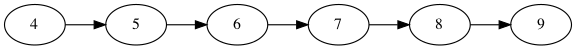
mickey-is-codin/data-structures keeps this Graphviz diagram as graphs-networks/c-networks/graphviz/list_graph.png. Above is the earlier version. Its source is kept beside it as graphs-networks/c-networks/graphviz/list_graph.dot. Source of this version:
```dot
digraph unix {
	size="6,6";
	rankdir="LR";

	4 -> 5
	5 -> 6
	6 -> 7
	7 -> 8
	8 -> 9
}
```
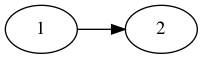
The same file after the commit.

Diff of the diagram source:
```diff
@@ -2,9 +2,5 @@
 	size="6,6";
 	rankdir="LR";
 
-	4 -> 5
-	5 -> 6
-	6 -> 7
-	7 -> 8
-	8 -> 9
+	1 -> 2
 }
```
